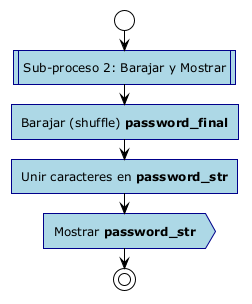
Above: diagrama-sub2.png in nelsonmarro/generador_password_py (PlantUML), before the change. Source of this version:
```plantuml
@startuml
!theme plain
skinparam roundcorner 0
skinparam activity {
  BackgroundColor lightblue
  BorderColor darkblue
  ArrowColor black
}

start
:Sub-proceso 2: Barajar y Mostrar; <<procedure>>

:Barajar (shuffle) **password_final**;

:Unir caracteres en **password_str**;

:Mostrar **password_str**; <<output>>

stop
@enduml
```
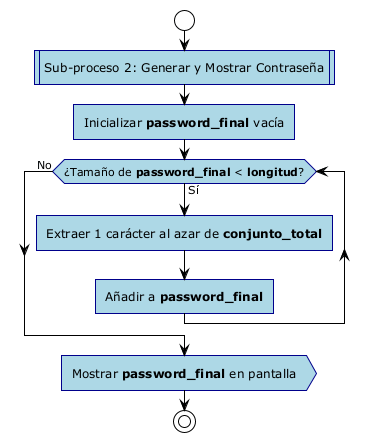
The same file after the commit.

What changed in the source:
```diff
@@ -8,13 +8,16 @@
 }
 
 start
-:Sub-proceso 2: Barajar y Mostrar; <<procedure>>
+:Sub-proceso 2: Generar y Mostrar Contraseña; <<procedure>>
 
-:Barajar (shuffle) **password_final**;
+:Inicializar **password_final** vacía;
 
-:Unir caracteres en **password_str**;
+while (¿Tamaño de **password_final** < **longitud**?) is (Sí)
+  :Extraer 1 carácter al azar de **conjunto_total**;
+  :Añadir a **password_final**;
+endwhile (No)
 
-:Mostrar **password_str**; <<output>>
+:Mostrar **password_final** en pantalla; <<output>>
 
 stop
 @enduml
```
